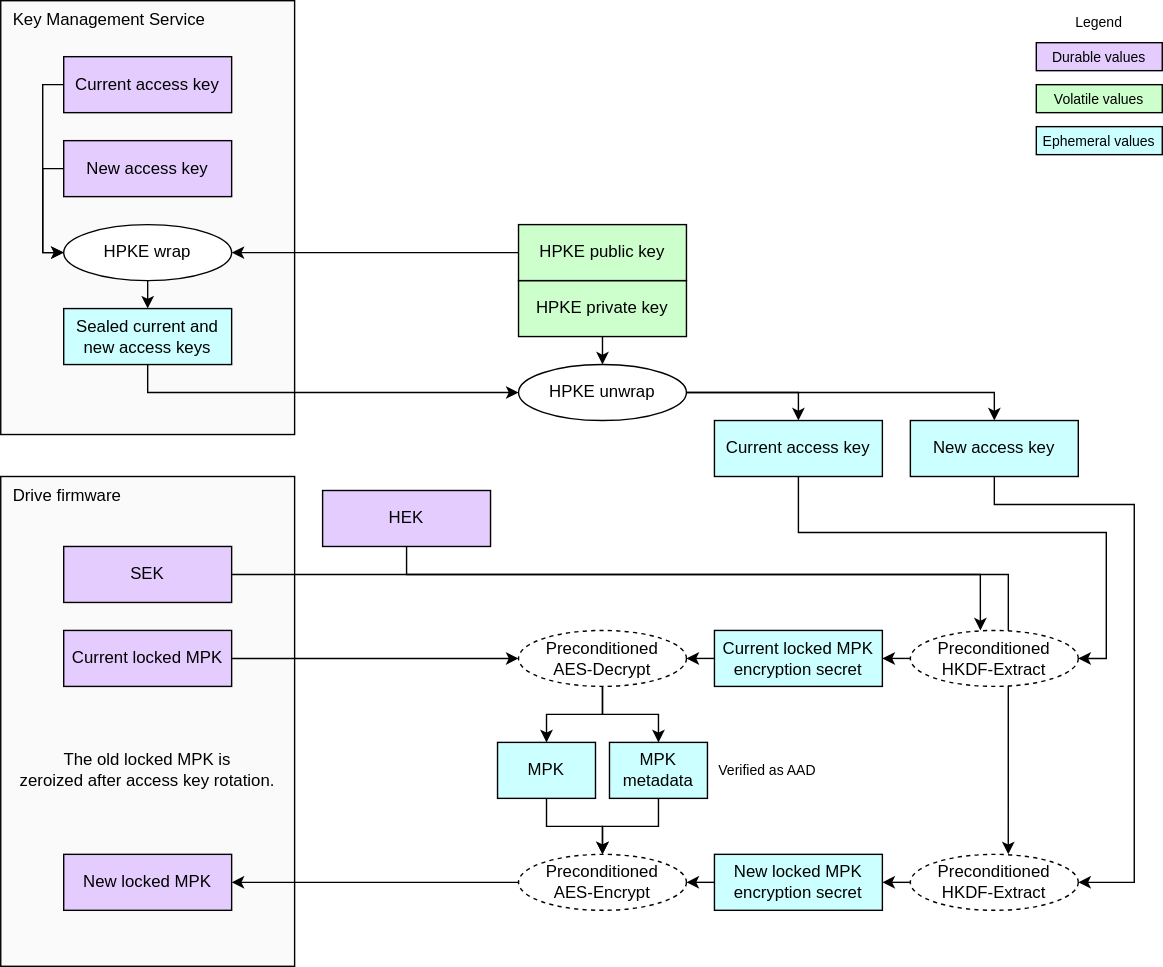
Above: doc/ocp_lock/diagrams/mpk_access_key_rotation.drawio.svg in chipsalliance/Caliptra (draw.io), before the change. Source tidied: cells renumbered, new cells last; positions are measured from the earlier drawing's top-left corner, leaving out a move shared by most shapes.
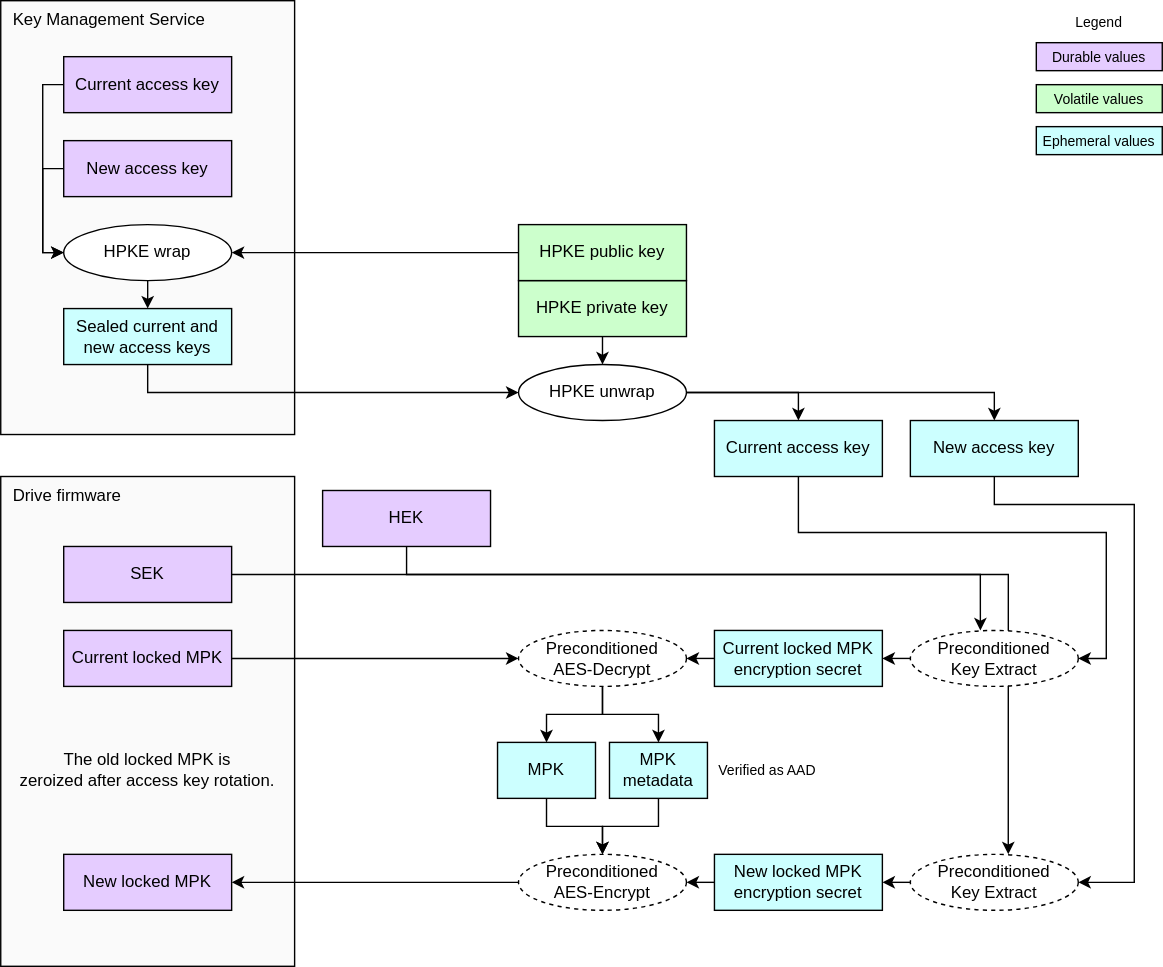
After the commit.

Commit message:
Remove references to HKDF.

Change to the diagram source:
```diff
@@ -70,7 +70,7 @@
     <mxCell id="22" style="edgeStyle=none;html=1;" parent="1" edge="1" source="23" target="15">
       <mxGeometry relative="1" as="geometry" />
     </mxCell>
-    <mxCell id="23" value="&lt;span style=&quot;color: rgb(0, 0, 0);&quot;&gt;Preconditioned HKDF-Extract&lt;/span&gt;" style="ellipse;whiteSpace=wrap;html=1;fillColor=#FFFFFF;dashed=1;" parent="1" vertex="1">
+    <mxCell id="23" value="&lt;span style=&quot;color: rgb(0, 0, 0);&quot;&gt;Preconditioned&lt;/span&gt;&lt;div&gt;Key Extract&lt;/div&gt;" style="ellipse;whiteSpace=wrap;html=1;fillColor=#FFFFFF;dashed=1;" parent="1" vertex="1">
       <mxGeometry x="650" y="610" width="120" height="40" as="geometry" />
     </mxCell>
     <mxCell id="24" value="HPKE wrap" style="ellipse;whiteSpace=wrap;html=1;fillColor=#FFFFFF;" parent="1" vertex="1">
@@ -173,7 +173,7 @@
         </Array>
       </mxGeometry>
     </mxCell>
-    <mxCell id="46" value="&lt;span style=&quot;color: rgb(0, 0, 0);&quot;&gt;Preconditioned HKDF-Extract&lt;/span&gt;" style="ellipse;whiteSpace=wrap;html=1;fillColor=#FFFFFF;dashed=1;" parent="1" vertex="1">
+    <mxCell id="46" value="&lt;span style=&quot;color: rgb(0, 0, 0);&quot;&gt;Preconditioned&lt;/span&gt;&lt;div&gt;Key Extract&lt;/div&gt;" style="ellipse;whiteSpace=wrap;html=1;fillColor=#FFFFFF;dashed=1;" parent="1" vertex="1">
       <mxGeometry x="650" y="450" width="120" height="40" as="geometry" />
     </mxCell>
     <mxCell id="47" style="edgeStyle=orthogonalEdgeStyle;html=1;entryX=0.5;entryY=0;entryDx=0;entryDy=0;rounded=0;exitX=0.5;exitY=1;exitDx=0;exitDy=0;" parent="1" edge="1" source="7" target="49">
```
